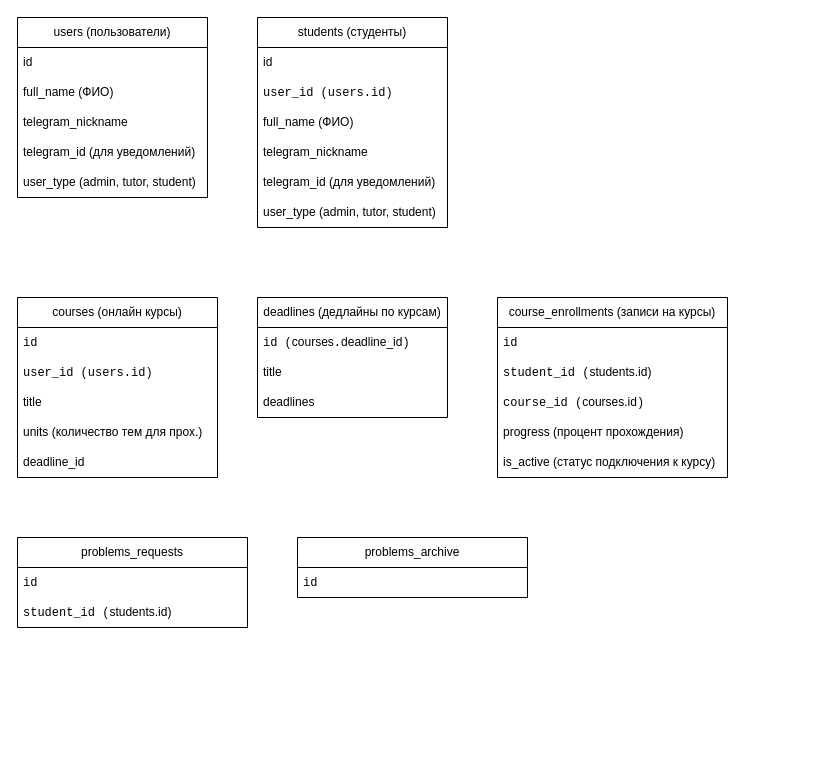
GeekNekoS/Draw_io keeps this draw.io diagram as Accompanying students.drawio. Above is the earlier version. Source tidied: cells renumbered, new cells numbered last; positions are measured from the earlier drawing's top-left corner, leaving out a move shared by most shapes. Both pictures are drawn from the tidied source at 100%, with x=0, y=0 at pixel (17, 17).
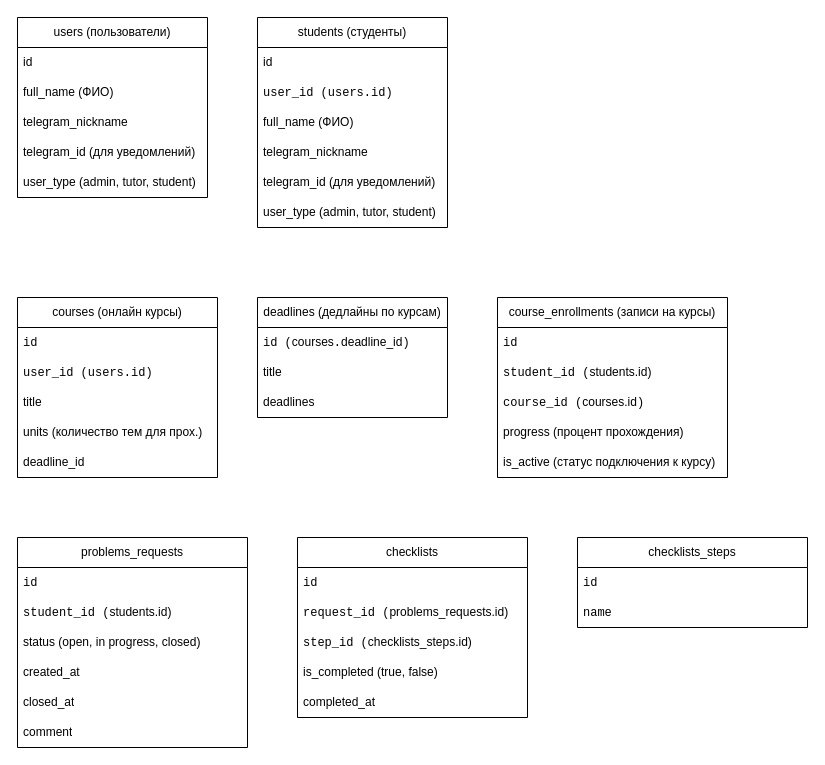
After the change.

Diff of the diagram source:
```diff
@@
     <mxCell id="31" value="problems_requests" style="swimlane;fontStyle=0;horizontal=1;startSize=30;whiteSpace=wrap;html=1;" parent="1" vertex="1">
-      <mxGeometry y="520" width="230" height="90" as="geometry" />
+      <mxGeometry y="520" width="230" height="210" as="geometry" />
     </mxCell>
@@
-    <mxCell id="34" value="problems_&lt;span style=&quot;white-space: pre-wrap;&quot; class=&quot;EzKURWReUAB5oZgtQNkl&quot;&gt;archive&lt;/span&gt;" style="swimlane;fontStyle=0;horizontal=1;startSize=30;whiteSpace=wrap;html=1;" parent="1" vertex="1">
-      <mxGeometry x="280" y="520" width="230" height="60" as="geometry" />
-    </mxCell>
-    <mxCell id="35" value="&lt;code&gt;id &lt;/code&gt;" style="text;strokeColor=none;fillColor=none;align=left;verticalAlign=middle;spacingLeft=4;spacingRight=4;overflow=hidden;whiteSpace=wrap;html=1;" parent="34" vertex="1">
-      <mxGeometry y="30" width="230" height="30" as="geometry" />
-    </mxCell>
+    <mxCell id="36" value="status (open, in progress, closed)" style="text;strokeColor=none;fillColor=none;align=left;verticalAlign=middle;spacingLeft=4;spacingRight=4;overflow=hidden;whiteSpace=wrap;html=1;" parent="31" vertex="1">
+      <mxGeometry y="90" width="230" height="30" as="geometry" />
+    </mxCell>
+    <mxCell id="37" value="created_at" style="text;strokeColor=none;fillColor=none;align=left;verticalAlign=middle;spacingLeft=4;spacingRight=4;overflow=hidden;whiteSpace=wrap;html=1;" parent="31" vertex="1">
+      <mxGeometry y="120" width="230" height="30" as="geometry" />
+    </mxCell>
+    <mxCell id="38" value="closed_at" style="text;strokeColor=none;fillColor=none;align=left;verticalAlign=middle;spacingLeft=4;spacingRight=4;overflow=hidden;whiteSpace=wrap;html=1;" parent="31" vertex="1">
+      <mxGeometry y="150" width="230" height="30" as="geometry" />
+    </mxCell>
+    <mxCell id="39" value="comment" style="text;strokeColor=none;fillColor=none;align=left;verticalAlign=middle;spacingLeft=4;spacingRight=4;overflow=hidden;whiteSpace=wrap;html=1;" parent="31" vertex="1">
+      <mxGeometry y="180" width="230" height="30" as="geometry" />
+    </mxCell>
+    <mxCell id="40" value="checklists" style="swimlane;fontStyle=0;horizontal=1;startSize=30;whiteSpace=wrap;html=1;" parent="1" vertex="1">
+      <mxGeometry x="280" y="520" width="230" height="180" as="geometry" />
+    </mxCell>
+    <mxCell id="41" value="&lt;code&gt;id &lt;/code&gt;" style="text;strokeColor=none;fillColor=none;align=left;verticalAlign=middle;spacingLeft=4;spacingRight=4;overflow=hidden;whiteSpace=wrap;html=1;" parent="40" vertex="1">
+      <mxGeometry y="30" width="230" height="30" as="geometry" />
+    </mxCell>
+    <mxCell id="42" value="&lt;code&gt;request_id (&lt;/code&gt;problems_requests.id)" style="text;strokeColor=none;fillColor=none;align=left;verticalAlign=middle;spacingLeft=4;spacingRight=4;overflow=hidden;whiteSpace=wrap;html=1;" parent="40" vertex="1">
+      <mxGeometry y="60" width="230" height="30" as="geometry" />
+    </mxCell>
+    <mxCell id="43" value="&lt;code&gt;step_id (&lt;/code&gt;checklists_steps.id)" style="text;strokeColor=none;fillColor=none;align=left;verticalAlign=middle;spacingLeft=4;spacingRight=4;overflow=hidden;whiteSpace=wrap;html=1;" parent="40" vertex="1">
+      <mxGeometry y="90" width="230" height="30" as="geometry" />
+    </mxCell>
+    <mxCell id="44" value="is_completed (true, false)" style="text;strokeColor=none;fillColor=none;align=left;verticalAlign=middle;spacingLeft=4;spacingRight=4;overflow=hidden;whiteSpace=wrap;html=1;" parent="40" vertex="1">
+      <mxGeometry y="120" width="230" height="30" as="geometry" />
+    </mxCell>
+    <mxCell id="45" value="completed_at" style="text;strokeColor=none;fillColor=none;align=left;verticalAlign=middle;spacingLeft=4;spacingRight=4;overflow=hidden;whiteSpace=wrap;html=1;" parent="40" vertex="1">
+      <mxGeometry y="150" width="230" height="30" as="geometry" />
+    </mxCell>
+    <mxCell id="46" value="checklists_steps" style="swimlane;fontStyle=0;horizontal=1;startSize=30;whiteSpace=wrap;html=1;" parent="1" vertex="1">
+      <mxGeometry x="560" y="520" width="230" height="90" as="geometry" />
+    </mxCell>
+    <mxCell id="47" value="&lt;code&gt;id &lt;/code&gt;" style="text;strokeColor=none;fillColor=none;align=left;verticalAlign=middle;spacingLeft=4;spacingRight=4;overflow=hidden;whiteSpace=wrap;html=1;" parent="46" vertex="1">
+      <mxGeometry y="30" width="230" height="30" as="geometry" />
+    </mxCell>
+    <mxCell id="48" value="&lt;code&gt;name&lt;/code&gt;" style="text;strokeColor=none;fillColor=none;align=left;verticalAlign=middle;spacingLeft=4;spacingRight=4;overflow=hidden;whiteSpace=wrap;html=1;" parent="46" vertex="1">
+      <mxGeometry y="60" width="230" height="30" as="geometry" />
+    </mxCell>
```
